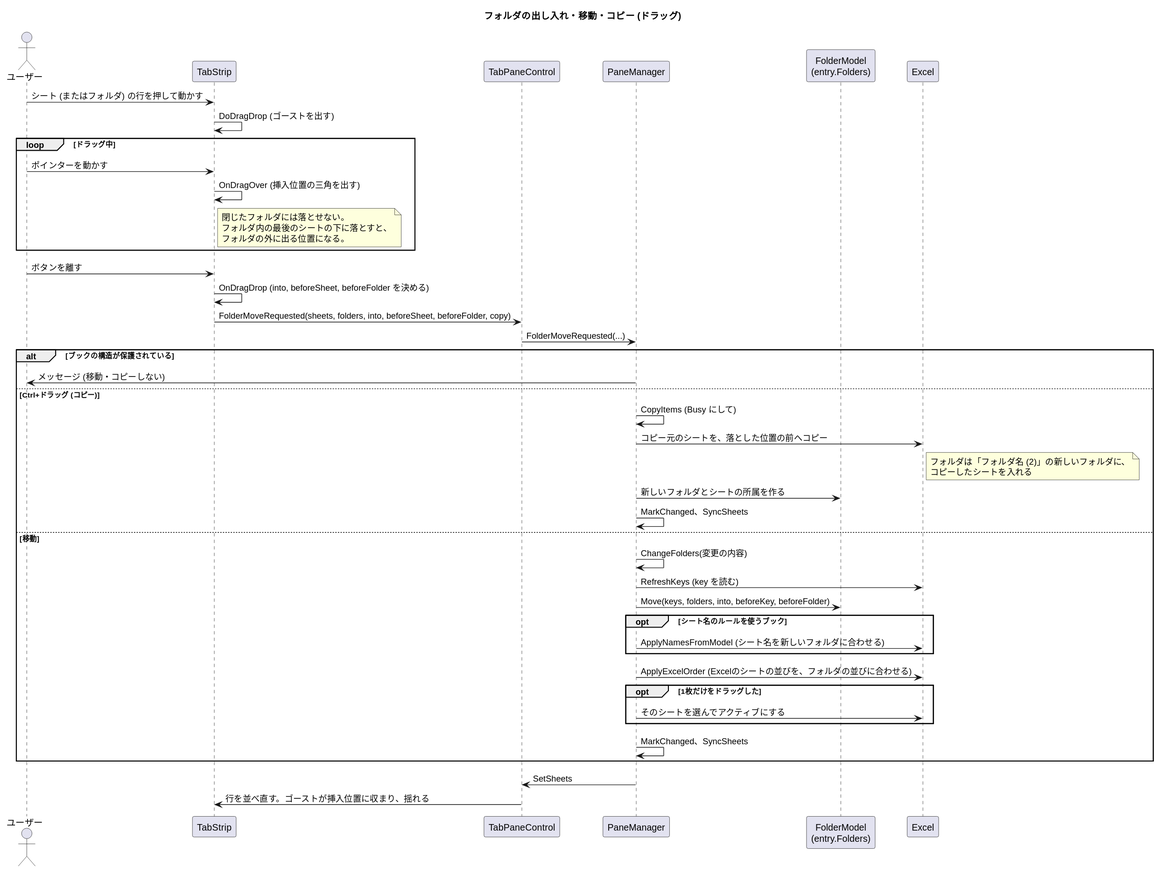
Before: docs/sequence-folder-drop.svg, a diagram exported from PlantUML (nk-taka623/VerticalSheetTabs).
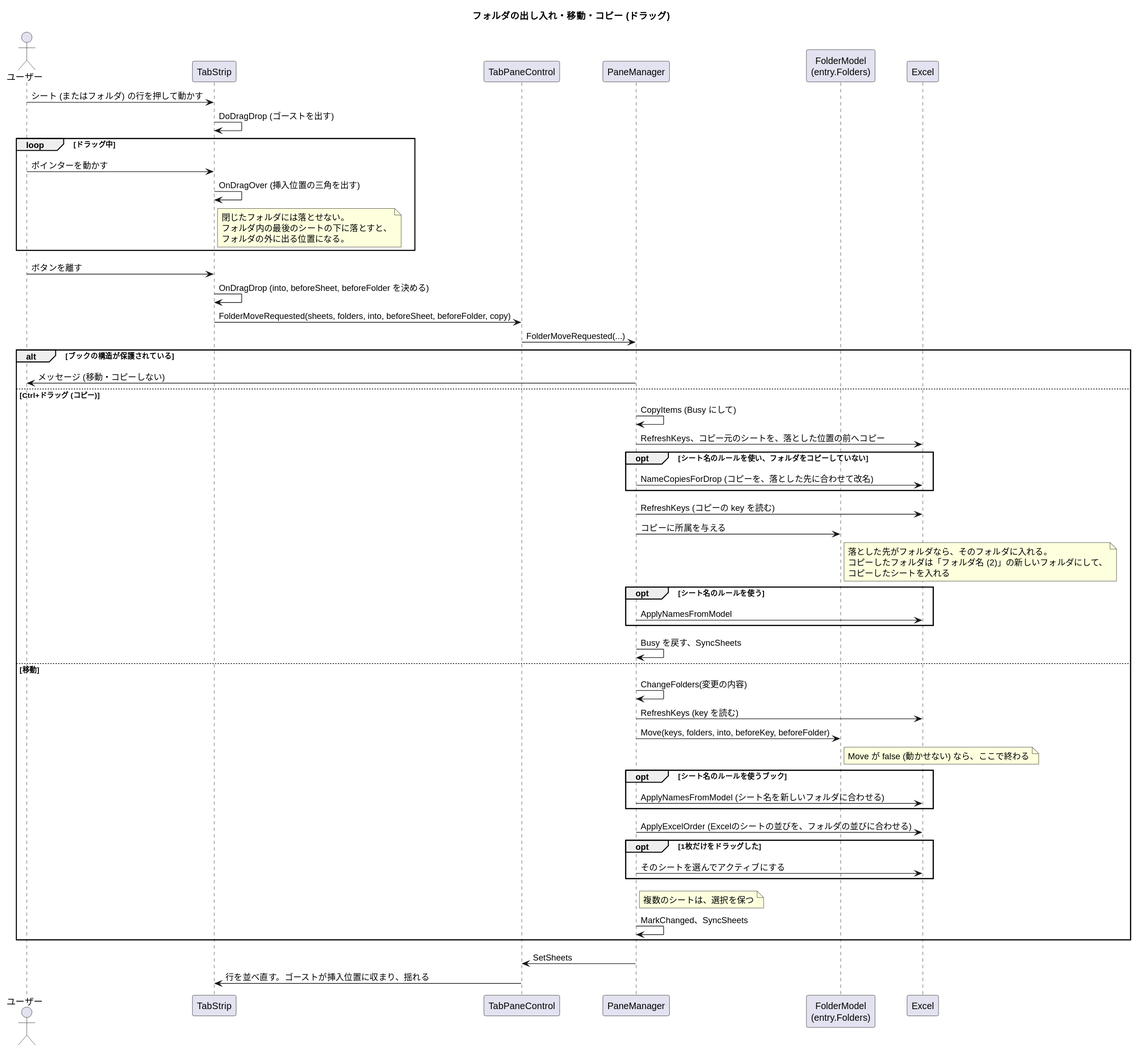
The same file after the commit.

The edit, as a diff of the source:
```diff
@@ -26,14 +26,22 @@
   P -> U : メッセージ (移動・コピーしない)
 else Ctrl+ドラッグ (コピー)
   P -> P : CopyItems (Busy にして)
-  P -> XL : コピー元のシートを、落とした位置の前へコピー
-  note right of XL : フォルダは「フォルダ名 (2)」の新しいフォルダに、\nコピーしたシートを入れる
-  P -> F : 新しいフォルダとシートの所属を作る
-  P -> P : MarkChanged、SyncSheets
+  P -> XL : RefreshKeys、コピー元のシートを、落とした位置の前へコピー
+  opt シート名のルールを使い、フォルダをコピーしていない
+    P -> XL : NameCopiesForDrop (コピーを、落とした先に合わせて改名)
+  end
+  P -> XL : RefreshKeys (コピーの key を読む)
+  P -> F : コピーに所属を与える
+  note right of F : 落とした先がフォルダなら、そのフォルダに入れる。\nコピーしたフォルダは「フォルダ名 (2)」の新しいフォルダにして、\nコピーしたシートを入れる
+  opt シート名のルールを使う
+    P -> XL : ApplyNamesFromModel
+  end
+  P -> P : Busy を戻す、SyncSheets
 else 移動
   P -> P : ChangeFolders(変更の内容)
   P -> XL : RefreshKeys (key を読む)
   P -> F : Move(keys, folders, into, beforeKey, beforeFolder)
+  note right of F : Move が false (動かせない) なら、ここで終わる
   opt シート名のルールを使うブック
     P -> XL : ApplyNamesFromModel (シート名を新しいフォルダに合わせる)
   end
@@ -41,6 +49,7 @@
   opt 1枚だけをドラッグした
     P -> XL : そのシートを選んでアクティブにする
   end
+  note right of P : 複数のシートは、選択を保つ
   P -> P : MarkChanged、SyncSheets
 end
 P -> C : SetSheets
```
